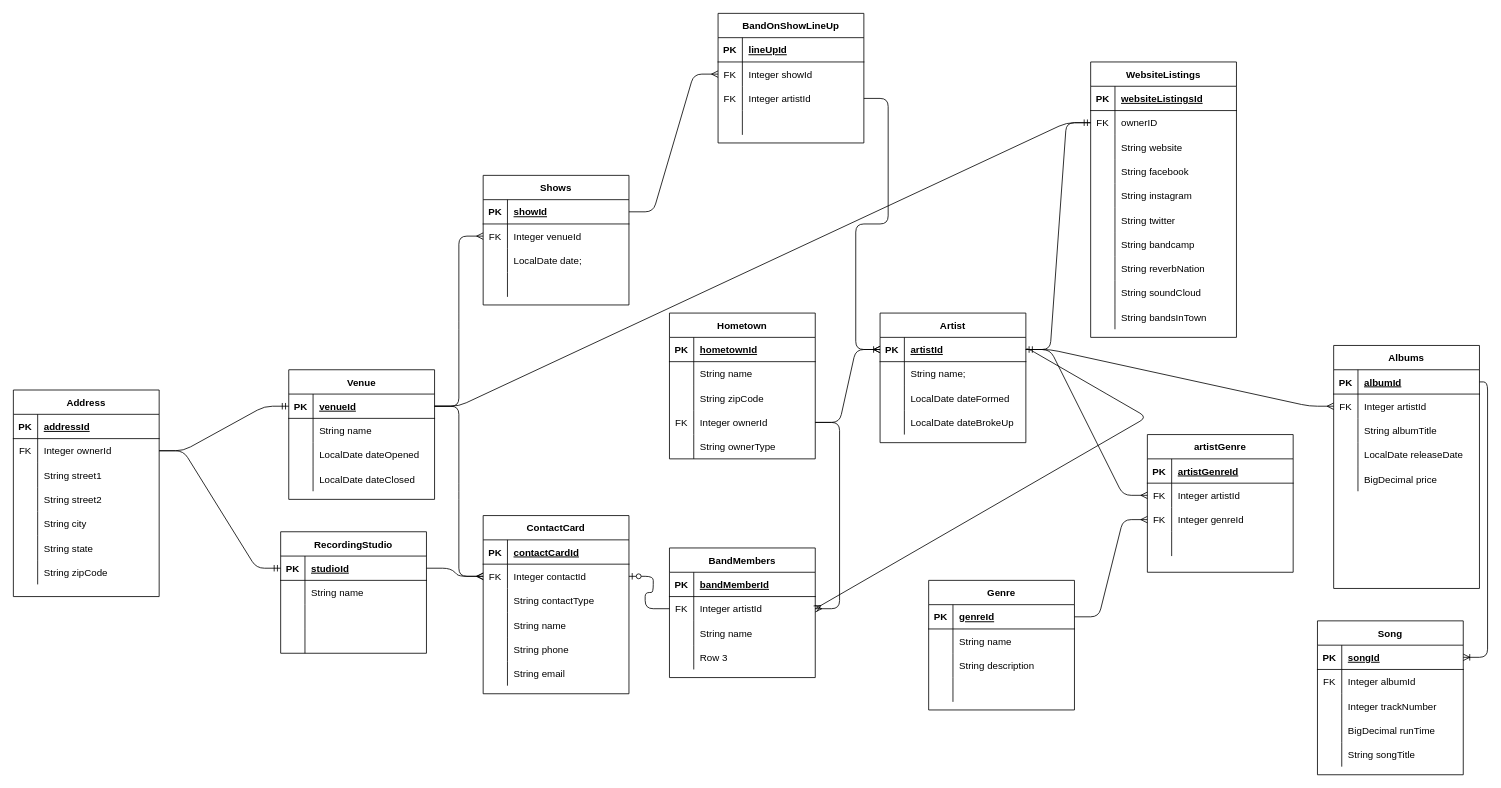
This is WristbandCollectionERL.drawio from Downeys/new_repo, a draw.io file, before an edit. Source tidied: cells renumbered, new cells numbered last; positions are measured from the earlier drawing's top-left corner, leaving out a move shared by most shapes. Both pictures are drawn from the tidied source at 81%, with x=0, y=0 at pixel (13, 13).
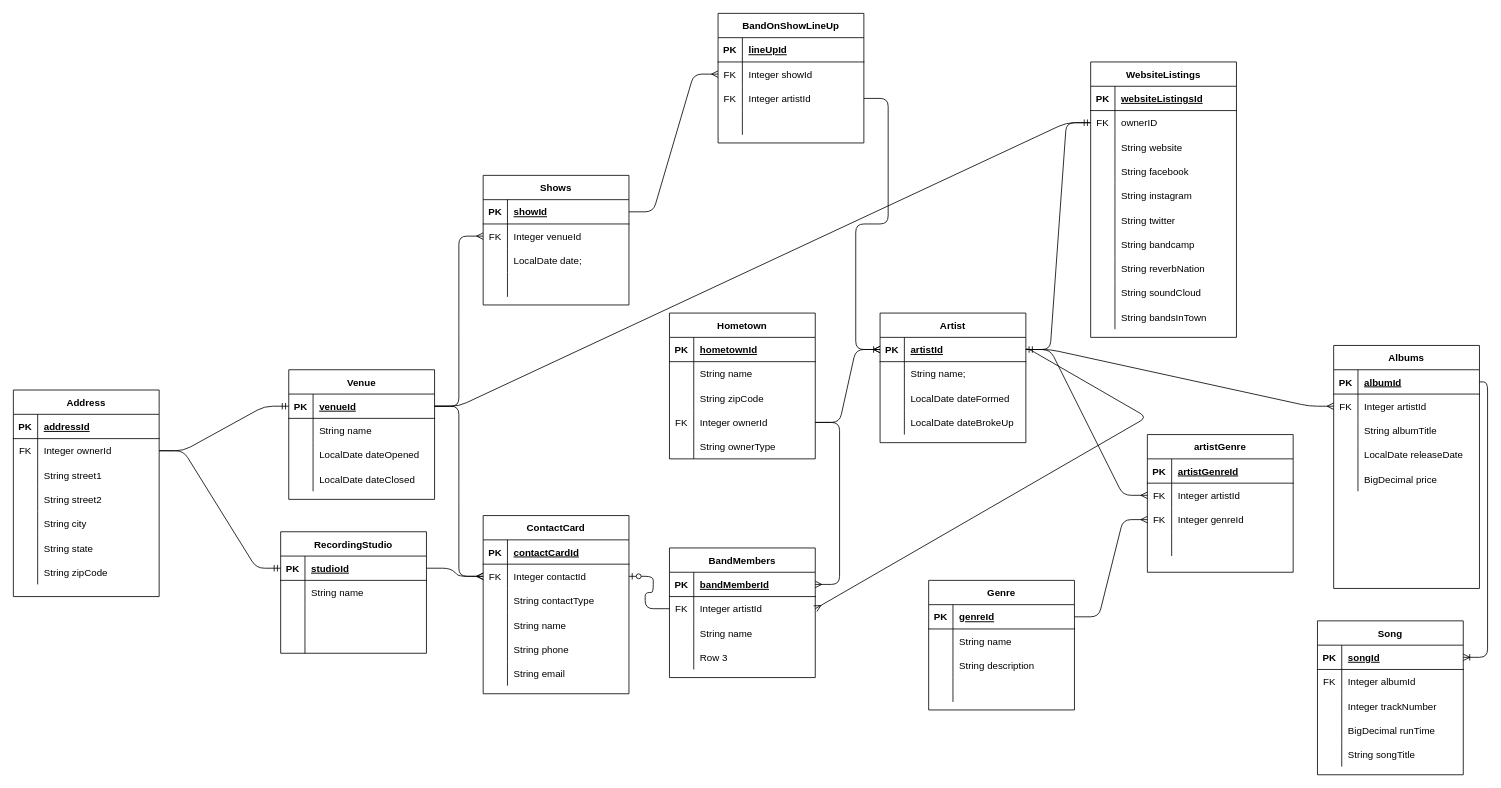
The same page after the edit.

The change refers to these unchanged cells:
```xml
<mxCell id="103" style="shape=partialRectangle;fillColor=none;top=0;left=0;bottom=1;right=0;points=[[0,0.5],[1,0.5]];portConstraint=eastwest;" parent="102" vertex="1">
  <mxGeometry y="30" width="180" height="30" as="geometry" />
</mxCell>
<mxCell id="106" style="shape=partialRectangle;fillColor=none;top=0;left=0;bottom=0;right=0;points=[[0,0.5],[1,0.5]];portConstraint=eastwest;" parent="102" vertex="1">
  <mxGeometry y="60" width="180" height="30" as="geometry" />
</mxCell>
<mxCell id="125" style="shape=partialRectangle;fillColor=none;top=0;left=0;bottom=0;right=0;points=[[0,0.5],[1,0.5]];portConstraint=eastwest;" parent="115" vertex="1">
  <mxGeometry y="120" width="180" height="30" as="geometry" />
</mxCell>
```

Change to the diagram source:
```diff
@@
-    <mxCell id="132" style="edgeStyle=entityRelationEdgeStyle;fontSize=12;html=1;endArrow=ERmany;exitX=1;exitY=0.5;exitDx=0;exitDy=0;entryX=1;entryY=0.5;entryDx=0;entryDy=0;" parent="1" edge="1" source="125" target="106">
+    <mxCell id="132" style="edgeStyle=entityRelationEdgeStyle;fontSize=12;html=1;endArrow=ERmany;exitX=1;exitY=0.5;exitDx=0;exitDy=0;entryX=1;entryY=0.5;entryDx=0;entryDy=0;" parent="1" edge="1" source="125" target="103">
       <mxGeometry relative="1" as="geometry" />
     </mxCell>
```
